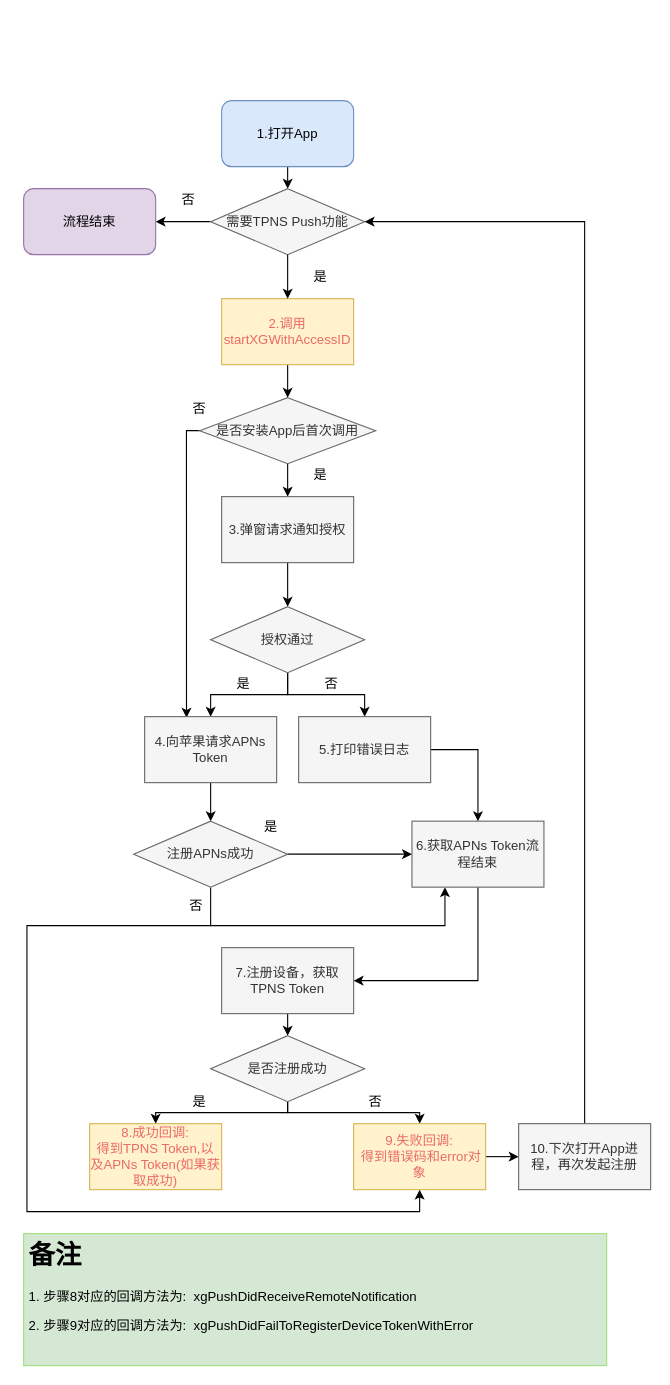
Above: register.drawio in muyanbiao/tpnsFlowChart (draw.io), before the change. Source tidied: cells renumbered, new cells numbered last; positions are measured from the earlier drawing's top-left corner, leaving out a move shared by most shapes. Both pictures are drawn from the tidied source at 110%, with x=0, y=0 at pixel (23, 100).
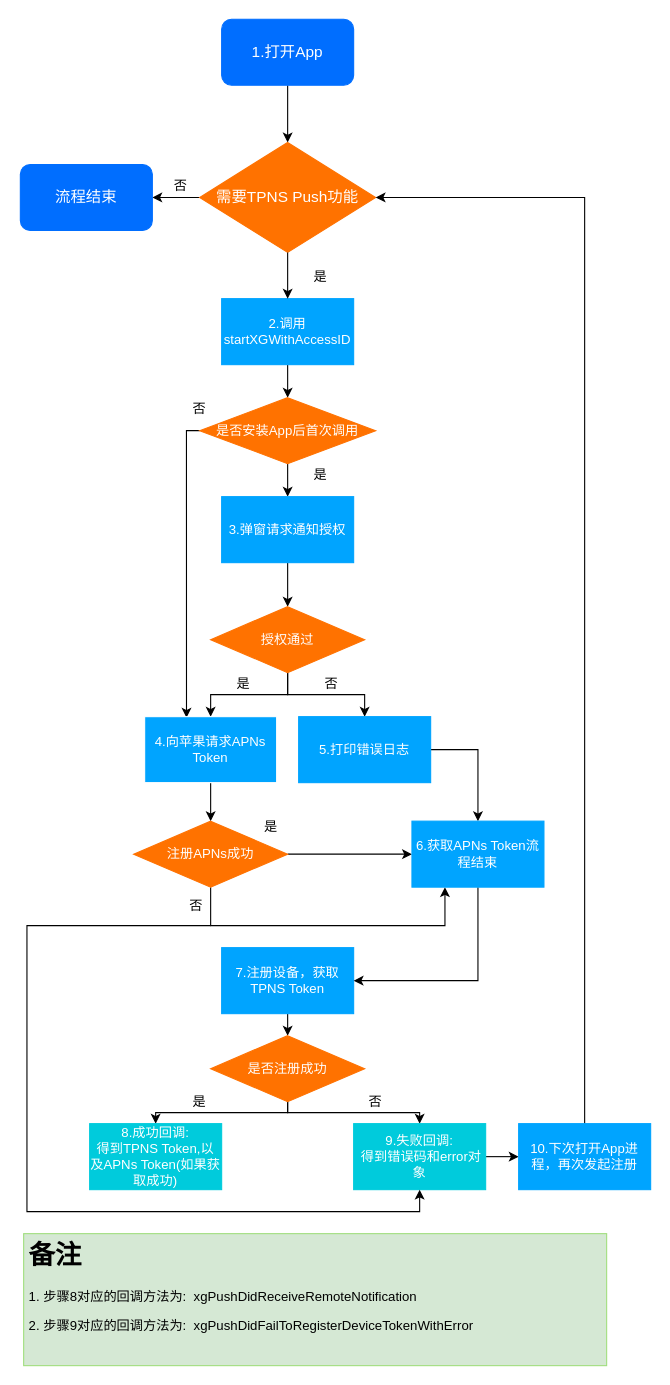
After the change.

Commit message:
update fill color and text color

Change to the diagram source:
```diff
@@
-    <mxCell id="2" style="endArrow=classic;html=1;exitX=0.5;exitY=1;exitDx=0;exitDy=0;entryX=0.5;entryY=0;entryDx=0;entryDy=0;" parent="1" edge="1" source="3">
-      <mxGeometry relative="1" as="geometry">
-        <mxPoint x="240" y="80" as="targetPoint" />
-      </mxGeometry>
+    <mxCell id="2" style="endArrow=classic;html=1;exitX=0.5;exitY=1;exitDx=0;exitDy=0;entryX=0.5;entryY=0;entryDx=0;entryDy=0;" parent="1" edge="1" source="3" target="8">
+      <mxGeometry relative="1" as="geometry" />
     </mxCell>
-    <mxCell id="3" value="&lt;font face=&quot;helvetica&quot;&gt;1.打开App&lt;/font&gt;" style="rounded=1;whiteSpace=wrap;html=1;fillColor=#dae8fc;strokeColor=#6c8ebf;" parent="1" vertex="1">
-      <mxGeometry x="180" width="120" height="60" as="geometry" />
+    <mxCell id="3" value="&lt;font face=&quot;helvetica&quot; style=&quot;font-size: 14px;&quot;&gt;1.打开App&lt;/font&gt;" style="rounded=1;whiteSpace=wrap;html=1;fillColor=#006EFF;strokeColor=#006EFF;fontColor=#FFFFFF;fontSize=14;" parent="1" vertex="1">
+      <mxGeometry x="180" y="-74" width="120" height="60" as="geometry" />
     </mxCell>
@@
-    <mxCell id="5" value="&lt;font face=&quot;helvetica&quot;&gt;&lt;font color=&quot;#ea6b66&quot;&gt;2.调用startXGWithAccessID&lt;/font&gt;&lt;br&gt;&lt;/font&gt;" style="rounded=0;whiteSpace=wrap;html=1;fillColor=#fff2cc;strokeColor=#d6b656;" parent="1" vertex="1">
+    <mxCell id="5" value="&lt;font face=&quot;helvetica&quot;&gt;&lt;font&gt;2.调用startXGWithAccessID&lt;/font&gt;&lt;br&gt;&lt;/font&gt;" style="rounded=0;whiteSpace=wrap;html=1;fillColor=#00A4FF;strokeColor=#00A4FF;fontColor=#FFFFFF;" parent="1" vertex="1">
       <mxGeometry x="180" y="180" width="120" height="60" as="geometry" />
     </mxCell>
@@
-    <mxCell id="8" value="需要TPNS Push功能" style="rhombus;whiteSpace=wrap;html=1;fillColor=#f5f5f5;strokeColor=#666666;fontColor=#333333;" parent="1" vertex="1">
-      <mxGeometry x="170" y="80" width="140" height="60" as="geometry" />
+    <mxCell id="8" value="需要TPNS Push功能" style="rhombus;whiteSpace=wrap;html=1;fontColor=#FFFFFF;fillColor=#FF7200;strokeColor=#FF7200;fontSize=14;" parent="1" vertex="1">
+      <mxGeometry x="160" y="38" width="160" height="100" as="geometry" />
     </mxCell>
@@
-    <mxCell id="12" value="是否安装App后首次调用" style="rhombus;whiteSpace=wrap;html=1;fillColor=#f5f5f5;strokeColor=#666666;fontColor=#333333;" parent="1" vertex="1">
+    <mxCell id="12" value="是否安装App后首次调用" style="rhombus;whiteSpace=wrap;html=1;fillColor=#FF7200;strokeColor=#FF7200;fontColor=#FFFFFF;" parent="1" vertex="1">
       <mxGeometry x="160" y="270" width="160" height="60" as="geometry" />
     </mxCell>
@@
-    <mxCell id="14" value="3.弹窗请求通知授权" style="rounded=0;whiteSpace=wrap;html=1;fillColor=#f5f5f5;strokeColor=#666666;fontColor=#333333;" parent="1" vertex="1">
+    <mxCell id="14" value="3.弹窗请求通知授权" style="rounded=0;whiteSpace=wrap;html=1;fillColor=#00A4FF;strokeColor=#00A4FF;fontColor=#FFFFFF;" parent="1" vertex="1">
       <mxGeometry x="180" y="360" width="120" height="60" as="geometry" />
     </mxCell>
@@
-    <mxCell id="18" value="授权通过" style="rhombus;whiteSpace=wrap;html=1;fillColor=#f5f5f5;strokeColor=#666666;fontColor=#333333;" parent="1" vertex="1">
+    <mxCell id="18" value="授权通过" style="rhombus;whiteSpace=wrap;html=1;fillColor=#FF7200;strokeColor=#FF7200;fontColor=#FFFFFF;" parent="1" vertex="1">
       <mxGeometry x="170" y="460" width="140" height="60" as="geometry" />
     </mxCell>
@@
-    <mxCell id="20" value="4.向苹果请求APNs Token" style="rounded=0;whiteSpace=wrap;html=1;fillColor=#f5f5f5;strokeColor=#666666;fontColor=#333333;" parent="1" vertex="1">
+    <mxCell id="20" value="4.向苹果请求APNs Token" style="rounded=0;whiteSpace=wrap;html=1;fillColor=#00A4FF;strokeColor=#FFFFFF;fontColor=#FFFFFF;" parent="1" vertex="1">
       <mxGeometry x="110" y="560" width="120" height="60" as="geometry" />
     </mxCell>
@@
-    <mxCell id="22" value="7.注册设备，获取TPNS Token" style="rounded=0;whiteSpace=wrap;html=1;fillColor=#f5f5f5;strokeColor=#666666;fontColor=#333333;" parent="1" vertex="1">
+    <mxCell id="22" value="7.注册设备，获取TPNS Token" style="rounded=0;whiteSpace=wrap;html=1;fillColor=#00A4FF;strokeColor=#00A4FF;fontColor=#FFFFFF;" parent="1" vertex="1">
       <mxGeometry x="180" y="770" width="120" height="60" as="geometry" />
     </mxCell>
@@
-    <mxCell id="25" value="5.打印错误日志" style="rounded=0;whiteSpace=wrap;html=1;fillColor=#f5f5f5;strokeColor=#666666;fontColor=#333333;" parent="1" vertex="1">
+    <mxCell id="25" value="5.打印错误日志" style="rounded=0;whiteSpace=wrap;html=1;fillColor=#00A4FF;strokeColor=#00A4FF;fontColor=#FFFFFF;" parent="1" vertex="1">
       <mxGeometry x="250" y="560" width="120" height="60" as="geometry" />
     </mxCell>
@@
-    <mxCell id="30" value="是否注册成功" style="rhombus;whiteSpace=wrap;html=1;fillColor=#f5f5f5;strokeColor=#666666;fontColor=#333333;" parent="1" vertex="1">
+    <mxCell id="30" value="是否注册成功" style="rhombus;whiteSpace=wrap;html=1;fillColor=#FF7200;strokeColor=#FF7200;fontColor=#FFFFFF;" parent="1" vertex="1">
       <mxGeometry x="170" y="850" width="140" height="60" as="geometry" />
     </mxCell>
-    <mxCell id="31" value="&lt;font color=&quot;#ea6b66&quot;&gt;8.成功回调: &lt;br&gt;得到TPNS Token,以及APNs Token(如果获取成功)&lt;/font&gt;" style="rounded=0;whiteSpace=wrap;html=1;fillColor=#fff2cc;strokeColor=#d6b656;" parent="1" vertex="1">
+    <mxCell id="31" value="&lt;font&gt;8.成功回调: &lt;br&gt;得到TPNS Token,以及APNs Token(如果获取成功)&lt;/font&gt;" style="rounded=0;whiteSpace=wrap;html=1;fontColor=#FFFFFF;fillColor=#00CBDC;strokeColor=#00CBDC;" parent="1" vertex="1">
       <mxGeometry x="60" y="930" width="120" height="60" as="geometry" />
     </mxCell>
@@
-    <mxCell id="33" value="&lt;font color=&quot;#ea6b66&quot;&gt;9.失败回调:&lt;br&gt;&amp;nbsp;得到错误码和error对象&lt;/font&gt;" style="rounded=0;whiteSpace=wrap;html=1;fillColor=#fff2cc;strokeColor=#d6b656;" parent="1" vertex="1">
+    <mxCell id="33" value="&lt;font&gt;9.失败回调:&lt;br&gt;&amp;nbsp;得到错误码和error对象&lt;/font&gt;" style="rounded=0;whiteSpace=wrap;html=1;fontColor=#FFFFFF;fillColor=#00CBDC;strokeColor=#00CBDC;" parent="1" vertex="1">
       <mxGeometry x="300" y="930" width="120" height="60" as="geometry" />
     </mxCell>
@@
-    <mxCell id="35" value="10.下次打开App进程，再次发起注册" style="rounded=0;whiteSpace=wrap;html=1;fillColor=#f5f5f5;strokeColor=#666666;fontColor=#333333;" parent="1" vertex="1">
+    <mxCell id="35" value="10.下次打开App进程，再次发起注册" style="rounded=0;whiteSpace=wrap;html=1;fontColor=#FFFFFF;fillColor=#00A4FF;strokeColor=#00A4FF;" parent="1" vertex="1">
       <mxGeometry x="450" y="930" width="120" height="60" as="geometry" />
     </mxCell>
-    <mxCell id="36" value="&lt;font face=&quot;helvetica&quot;&gt;流程结束&lt;br&gt;&lt;/font&gt;" style="rounded=1;whiteSpace=wrap;html=1;fillColor=#e1d5e7;strokeColor=#9673a6;" parent="1" vertex="1">
-      <mxGeometry y="80" width="120" height="60" as="geometry" />
+    <mxCell id="36" value="&lt;font face=&quot;helvetica&quot; style=&quot;font-size: 14px;&quot;&gt;流程结束&lt;br style=&quot;font-size: 14px;&quot;&gt;&lt;/font&gt;" style="rounded=1;whiteSpace=wrap;html=1;fillColor=#006EFF;strokeColor=#006EFF;fontColor=#FFFFFF;fontSize=14;" parent="1" vertex="1">
+      <mxGeometry x="-3" y="58" width="120" height="60" as="geometry" />
     </mxCell>
     <mxCell id="37" value="否" style="text;html=1;strokeColor=none;fillColor=none;align=center;verticalAlign=middle;whiteSpace=wrap;rounded=0;" parent="1" vertex="1">
-      <mxGeometry x="130" y="80" width="40" height="20" as="geometry" />
+      <mxGeometry x="123" y="68" width="40" height="20" as="geometry" />
     </mxCell>
@@
-    <mxCell id="43" value="注册APNs成功" style="rhombus;whiteSpace=wrap;html=1;fillColor=#f5f5f5;strokeColor=#666666;fontColor=#333333;" parent="1" vertex="1">
+    <mxCell id="43" value="注册APNs成功" style="rhombus;whiteSpace=wrap;html=1;fillColor=#FF7200;strokeColor=#FF7200;fontColor=#FFFFFF;" parent="1" vertex="1">
       <mxGeometry x="100" y="655" width="140" height="60" as="geometry" />
     </mxCell>
@@
-    <mxCell id="47" value="6.获取APNs Token流程结束" style="rounded=0;whiteSpace=wrap;html=1;fillColor=#f5f5f5;strokeColor=#666666;fontColor=#333333;" parent="1" vertex="1">
+    <mxCell id="47" value="6.获取APNs Token流程结束" style="rounded=0;whiteSpace=wrap;html=1;fillColor=#00A4FF;strokeColor=#00A4FF;fontColor=#FFFFFF;" parent="1" vertex="1">
       <mxGeometry x="353" y="655" width="120" height="60" as="geometry" />
     </mxCell>
```
